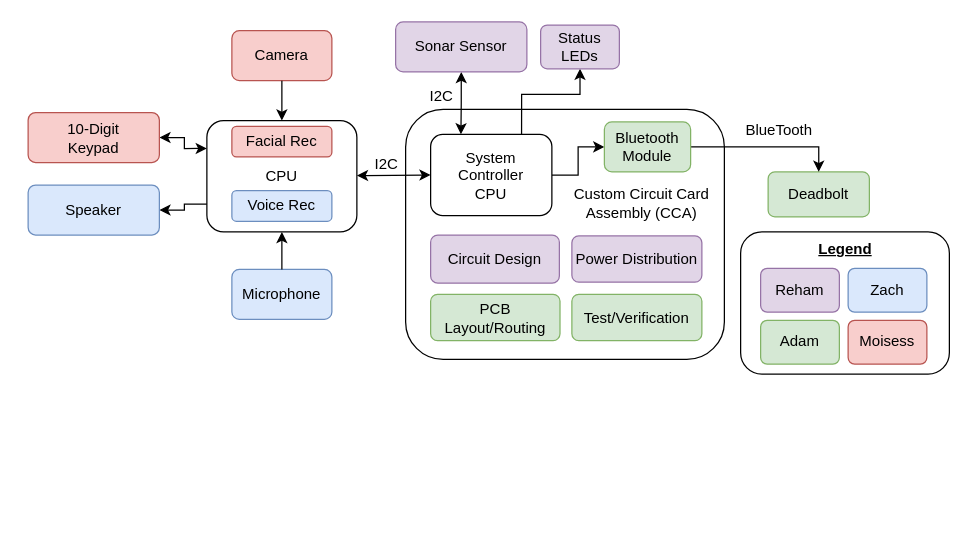
zachJackovich/senior-design-top-level keeps this draw.io diagram as Untitled Diagram.drawio. Above is the earlier version. Source tidied: cells renumbered, new cells numbered last; positions are measured from the earlier drawing's top-left corner, leaving out a move shared by most shapes. Both pictures are drawn from the tidied source at 125%, with x=0, y=0 at pixel (28, 21).
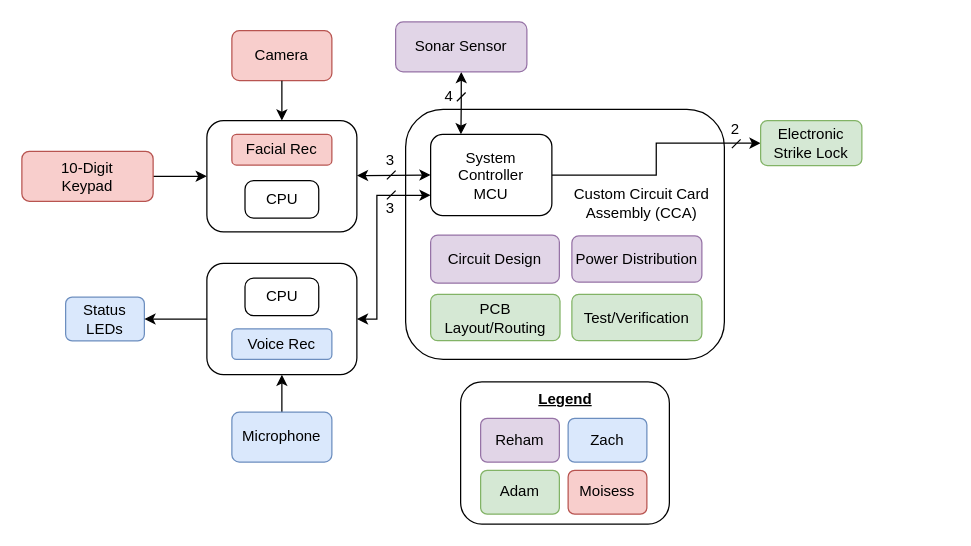
The same page after the edit.

The edit, as a diff of the source:
```diff
@@
-    <mxCell id="2" style="edgeStyle=orthogonalEdgeStyle;rounded=0;jettySize=auto;html=1;entryX=0;entryY=0.25;entryDx=0;entryDy=0;startArrow=classic;startFill=1;endArrow=classic;endFill=1;" parent="1" edge="1" source="3" target="9">
+    <mxCell id="2" style="edgeStyle=orthogonalEdgeStyle;rounded=0;jettySize=auto;html=1;startArrow=none;startFill=0;endArrow=classic;endFill=1;entryX=0;entryY=0.5;entryDx=0;entryDy=0;" parent="1" edge="1" source="3" target="9">
       <mxGeometry relative="1" as="geometry" />
     </mxCell>
     <mxCell id="3" value="&lt;div&gt;10-Digit&lt;/div&gt;&lt;div&gt;Keypad&lt;/div&gt;" style="rounded=1;whiteSpace=wrap;html=1;fillColor=#f8cecc;strokeColor=#b85450;" parent="1" vertex="1">
-      <mxGeometry y="72.5" width="105" height="40" as="geometry" />
+      <mxGeometry x="-5" y="103.5" width="105" height="40" as="geometry" />
     </mxCell>
@@
-    <mxCell id="5" style="edgeStyle=orthogonalEdgeStyle;rounded=0;jettySize=auto;html=1;exitX=0.75;exitY=0;exitDx=0;exitDy=0;entryX=0.5;entryY=1;entryDx=0;entryDy=0;startArrow=none;startFill=0;endArrow=classic;endFill=1;" parent="1" edge="1" source="7" target="18">
-      <mxGeometry relative="1" as="geometry">
-        <Array as="points">
-          <mxPoint x="395" y="58" />
-          <mxPoint x="442" y="58" />
-        </Array>
-      </mxGeometry>
-    </mxCell>
-    <mxCell id="6" style="edgeStyle=orthogonalEdgeStyle;rounded=0;jettySize=auto;html=1;exitX=1;exitY=0.5;exitDx=0;exitDy=0;entryX=0;entryY=0.5;entryDx=0;entryDy=0;startArrow=none;startFill=0;endArrow=classic;endFill=1;" parent="1" edge="1" source="7" target="25">
+    <mxCell id="6" style="edgeStyle=orthogonalEdgeStyle;rounded=0;jettySize=auto;html=1;exitX=1;exitY=0.5;exitDx=0;exitDy=0;entryX=0;entryY=0.5;entryDx=0;entryDy=0;startArrow=none;startFill=0;endArrow=classic;endFill=1;" parent="1" edge="1" source="7" target="16">
       <mxGeometry relative="1" as="geometry" />
     </mxCell>
-    <mxCell id="7" value="&lt;div&gt;System&lt;/div&gt;&lt;div&gt;Controller&lt;/div&gt;&lt;div&gt;CPU&lt;br&gt;&lt;/div&gt;" style="rounded=1;whiteSpace=wrap;html=1;" parent="1" vertex="1">
+    <mxCell id="7" value="&lt;div&gt;System&lt;/div&gt;&lt;div&gt;Controller&lt;/div&gt;&lt;div&gt;MCU&lt;/div&gt;" style="rounded=1;whiteSpace=wrap;html=1;" parent="1" vertex="1">
       <mxGeometry x="322" y="90" width="97" height="65" as="geometry" />
     </mxCell>
@@
-    <mxCell id="9" value="CPU" style="rounded=1;whiteSpace=wrap;html=1;" parent="1" vertex="1">
+    <mxCell id="9" style="rounded=1;whiteSpace=wrap;html=1;" parent="1" vertex="1">
       <mxGeometry x="143" y="79" width="120" height="89" as="geometry" />
     </mxCell>
@@
-    <mxCell id="11" value="Microphone" style="rounded=1;whiteSpace=wrap;html=1;fillColor=#dae8fc;strokeColor=#6c8ebf;" parent="1" vertex="1">
-      <mxGeometry x="163" y="198" width="80" height="40" as="geometry" />
-    </mxCell>
-    <mxCell id="12" style="endArrow=classic;html=1;entryX=0.5;entryY=1;entryDx=0;entryDy=0;exitX=0.5;exitY=0;exitDx=0;exitDy=0;" parent="1" edge="1" source="11" target="9">
-      <mxGeometry relative="1" as="geometry" />
-    </mxCell>
@@
-    <mxCell id="15" value="I2C" style="text;html=1;strokeColor=none;fillColor=none;align=center;verticalAlign=middle;whiteSpace=wrap;rounded=0;" parent="1" vertex="1">
-      <mxGeometry x="267" y="103.5" width="40" height="20" as="geometry" />
+    <mxCell id="15" value="3" style="text;html=1;strokeColor=none;fillColor=none;align=center;verticalAlign=middle;whiteSpace=wrap;rounded=0;" parent="1" vertex="1">
+      <mxGeometry x="270" y="101" width="40" height="20" as="geometry" />
     </mxCell>
-    <mxCell id="16" value="Deadbolt" style="rounded=1;whiteSpace=wrap;html=1;fillColor=#d5e8d4;strokeColor=#82b366;" parent="1" vertex="1">
-      <mxGeometry x="592" y="120" width="81" height="36" as="geometry" />
+    <mxCell id="16" value="Electronic Strike Lock" style="rounded=1;whiteSpace=wrap;html=1;fillColor=#d5e8d4;strokeColor=#82b366;" parent="1" vertex="1">
+      <mxGeometry x="586" y="79" width="81" height="36" as="geometry" />
     </mxCell>
-    <mxCell id="17" value="BlueTooth" style="text;html=1;strokeColor=none;fillColor=none;align=center;verticalAlign=middle;whiteSpace=wrap;rounded=0;" parent="1" vertex="1">
-      <mxGeometry x="581" y="77" width="40" height="20" as="geometry" />
-    </mxCell>
-    <mxCell id="18" value="Status LEDs" style="rounded=1;whiteSpace=wrap;html=1;fillColor=#e1d5e7;strokeColor=#9673a6;" parent="1" vertex="1">
-      <mxGeometry x="410" y="2.5" width="63" height="35" as="geometry" />
+    <mxCell id="18" value="Status LEDs" style="rounded=1;whiteSpace=wrap;html=1;fillColor=#dae8fc;strokeColor=#6c8ebf;" parent="1" vertex="1">
+      <mxGeometry x="30" y="220.2" width="63" height="35" as="geometry" />
     </mxCell>
@@
-    <mxCell id="21" value="I2C" style="text;html=1;strokeColor=none;fillColor=none;align=center;verticalAlign=middle;whiteSpace=wrap;rounded=0;" parent="1" vertex="1">
-      <mxGeometry x="311" y="50" width="40" height="20" as="geometry" />
+    <mxCell id="21" value="4" style="text;html=1;strokeColor=none;fillColor=none;align=center;verticalAlign=middle;whiteSpace=wrap;rounded=0;" parent="1" vertex="1">
+      <mxGeometry x="317" y="50" width="40" height="20" as="geometry" />
     </mxCell>
-    <mxCell id="22" style="edgeStyle=orthogonalEdgeStyle;rounded=0;jettySize=auto;html=1;entryX=0;entryY=0.75;entryDx=0;entryDy=0;startArrow=classic;startFill=1;endArrow=none;endFill=0;" parent="1" edge="1" source="23" target="9">
-      <mxGeometry relative="1" as="geometry" />
-    </mxCell>
-    <mxCell id="23" value="Speaker" style="rounded=1;whiteSpace=wrap;html=1;fillColor=#dae8fc;strokeColor=#6c8ebf;" parent="1" vertex="1">
-      <mxGeometry y="130.5" width="105" height="40" as="geometry" />
-    </mxCell>
-    <mxCell id="24" style="edgeStyle=orthogonalEdgeStyle;rounded=0;jettySize=auto;html=1;exitX=1;exitY=0.5;exitDx=0;exitDy=0;entryX=0.5;entryY=0;entryDx=0;entryDy=0;startArrow=none;startFill=0;endArrow=classic;endFill=1;" parent="1" edge="1" source="25" target="16">
-      <mxGeometry relative="1" as="geometry" />
-    </mxCell>
-    <mxCell id="25" value="Bluetooth Module" style="rounded=1;whiteSpace=wrap;html=1;fillColor=#d5e8d4;strokeColor=#82b366;" parent="1" vertex="1">
-      <mxGeometry x="461" y="80" width="69" height="40" as="geometry" />
-    </mxCell>
@@
     <mxCell id="31" value="Facial Rec" style="rounded=1;whiteSpace=wrap;html=1;fillColor=#f8cecc;strokeColor=#b85450;" parent="1" vertex="1">
-      <mxGeometry x="163" y="83.5" width="80" height="24.5" as="geometry" />
+      <mxGeometry x="163" y="90" width="80" height="24.5" as="geometry" />
     </mxCell>
-    <mxCell id="32" value="Voice Rec" style="rounded=1;whiteSpace=wrap;html=1;fillColor=#dae8fc;strokeColor=#6c8ebf;" parent="1" vertex="1">
-      <mxGeometry x="163" y="135" width="80" height="24.5" as="geometry" />
-    </mxCell>
     <mxCell id="33" value="&lt;div align=&quot;center&quot;&gt;&lt;br&gt;&lt;/div&gt;" style="rounded=1;whiteSpace=wrap;html=1;" parent="1" vertex="1">
-      <mxGeometry x="570" y="168" width="167" height="113.8" as="geometry" />
+      <mxGeometry x="346" y="288" width="167" height="113.8" as="geometry" />
     </mxCell>
     <mxCell id="34" value="Reham" style="rounded=1;whiteSpace=wrap;html=1;fillColor=#e1d5e7;strokeColor=#9673a6;" parent="1" vertex="1">
-      <mxGeometry x="586" y="197.2" width="63" height="35" as="geometry" />
+      <mxGeometry x="362" y="317.2" width="63" height="35" as="geometry" />
     </mxCell>
     <mxCell id="35" value="Adam" style="rounded=1;whiteSpace=wrap;html=1;fillColor=#d5e8d4;strokeColor=#82b366;" parent="1" vertex="1">
-      <mxGeometry x="586" y="238.8" width="63" height="35" as="geometry" />
+      <mxGeometry x="362" y="358.8" width="63" height="35" as="geometry" />
     </mxCell>
     <mxCell id="36" value="Zach" style="rounded=1;whiteSpace=wrap;html=1;fillColor=#dae8fc;strokeColor=#6c8ebf;" parent="1" vertex="1">
-      <mxGeometry x="656" y="197.2" width="63" height="35" as="geometry" />
+      <mxGeometry x="432" y="317.2" width="63" height="35" as="geometry" />
     </mxCell>
     <mxCell id="37" value="Moisess" style="rounded=1;whiteSpace=wrap;html=1;fillColor=#f8cecc;strokeColor=#b85450;" parent="1" vertex="1">
-      <mxGeometry x="656" y="238.8" width="63" height="35" as="geometry" />
+      <mxGeometry x="432" y="358.8" width="63" height="35" as="geometry" />
     </mxCell>
     <mxCell id="38" value="Legend" style="text;html=1;strokeColor=none;fillColor=none;align=center;verticalAlign=middle;whiteSpace=wrap;rounded=0;fontStyle=5;" parent="1" vertex="1">
-      <mxGeometry x="622.5" y="171.8" width="62" height="20" as="geometry" />
+      <mxGeometry x="398.5" y="291.8" width="62" height="20" as="geometry" />
     </mxCell>
+    <mxCell id="39" style="endArrow=none;html=1;" parent="1" edge="1">
+      <mxGeometry relative="1" as="geometry">
+        <mxPoint x="343" y="63.5" as="sourcePoint" />
+        <mxPoint x="350" y="56.5" as="targetPoint" />
+      </mxGeometry>
+    </mxCell>
+    <mxCell id="40" style="edgeStyle=orthogonalEdgeStyle;rounded=0;jettySize=auto;html=1;entryX=0;entryY=0.75;entryDx=0;entryDy=0;startArrow=classic;startFill=1;" parent="1" edge="1" source="41" target="7">
+      <mxGeometry relative="1" as="geometry">
+        <Array as="points">
+          <mxPoint x="279" y="238" />
+          <mxPoint x="279" y="139" />
+        </Array>
+      </mxGeometry>
+    </mxCell>
+    <mxCell id="41" style="rounded=1;whiteSpace=wrap;html=1;" parent="1" vertex="1">
+      <mxGeometry x="143" y="193.2" width="120" height="89" as="geometry" />
+    </mxCell>
+    <mxCell id="42" style="edgeStyle=orthogonalEdgeStyle;rounded=0;jettySize=auto;html=1;entryX=0.5;entryY=1;entryDx=0;entryDy=0;" parent="1" edge="1" source="11" target="41">
+      <mxGeometry relative="1" as="geometry" />
+    </mxCell>
+    <mxCell id="11" value="Microphone" style="rounded=1;whiteSpace=wrap;html=1;fillColor=#dae8fc;strokeColor=#6c8ebf;" parent="1" vertex="1">
+      <mxGeometry x="163" y="312.2" width="80" height="40" as="geometry" />
+    </mxCell>
+    <mxCell id="32" value="Voice Rec" style="rounded=1;whiteSpace=wrap;html=1;fillColor=#dae8fc;strokeColor=#6c8ebf;" parent="1" vertex="1">
+      <mxGeometry x="163" y="245.5" width="80" height="24.5" as="geometry" />
+    </mxCell>
+    <mxCell id="43" value="CPU" style="rounded=1;whiteSpace=wrap;html=1;arcSize=23;" parent="1" vertex="1">
+      <mxGeometry x="173.5" y="127" width="59" height="30" as="geometry" />
+    </mxCell>
+    <mxCell id="44" style="endArrow=none;html=1;" parent="1" edge="1">
+      <mxGeometry relative="1" as="geometry">
+        <mxPoint x="287" y="126" as="sourcePoint" />
+        <mxPoint x="294" y="119" as="targetPoint" />
+      </mxGeometry>
+    </mxCell>
+    <mxCell id="45" value="CPU" style="rounded=1;whiteSpace=wrap;html=1;arcSize=23;" parent="1" vertex="1">
+      <mxGeometry x="173.5" y="205" width="59" height="30" as="geometry" />
+    </mxCell>
+    <mxCell id="46" style="edgeStyle=orthogonalEdgeStyle;rounded=0;jettySize=auto;html=1;startArrow=classic;startFill=1;endArrow=none;endFill=0;entryX=0;entryY=0.5;entryDx=0;entryDy=0;exitX=1;exitY=0.5;exitDx=0;exitDy=0;" parent="1" edge="1" source="18" target="41">
+      <mxGeometry relative="1" as="geometry" />
+    </mxCell>
+    <mxCell id="47" value="3" style="text;html=1;strokeColor=none;fillColor=none;align=center;verticalAlign=middle;whiteSpace=wrap;rounded=0;" parent="1" vertex="1">
+      <mxGeometry x="270" y="139" width="40" height="20" as="geometry" />
+    </mxCell>
+    <mxCell id="48" style="endArrow=none;html=1;" parent="1" edge="1">
+      <mxGeometry relative="1" as="geometry">
+        <mxPoint x="287" y="142" as="sourcePoint" />
+        <mxPoint x="294" y="135" as="targetPoint" />
+      </mxGeometry>
+    </mxCell>
+    <mxCell id="49" value="2" style="text;html=1;strokeColor=none;fillColor=none;align=center;verticalAlign=middle;whiteSpace=wrap;rounded=0;" parent="1" vertex="1">
+      <mxGeometry x="546" y="76" width="40" height="20" as="geometry" />
+    </mxCell>
+    <mxCell id="50" style="endArrow=none;html=1;" parent="1" edge="1">
+      <mxGeometry relative="1" as="geometry">
+        <mxPoint x="563" y="101" as="sourcePoint" />
+        <mxPoint x="570" y="94" as="targetPoint" />
+      </mxGeometry>
+    </mxCell>
```
